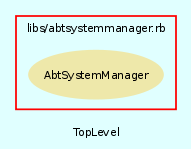
Above: src/trunk/doc/dot/f_2.png in eschabell/abtlinux (Graphviz), before the change. Its source is kept beside it as src/trunk/doc/dot/f_2.dot.
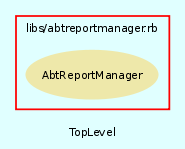
After the change.

Change to the diagram source:
```diff
@@ -13,14 +13,14 @@
     subgraph cluster_3 {
         fontname = Arial
         color = red
-        label = "libs/abtsystemmanager.rb"
-        AbtSystemManager [
+        label = "libs/abtreportmanager.rb"
+        AbtReportManager [
             fontcolor = black,
-            URL = "classes/AbtSystemManager.html",
+            URL = "classes/AbtReportManager.html",
             shape = ellipse,
             color = palegoldenrod,
             style = filled,
-            label = "AbtSystemManager"
+            label = "AbtReportManager"
         ]
 
     }
```
